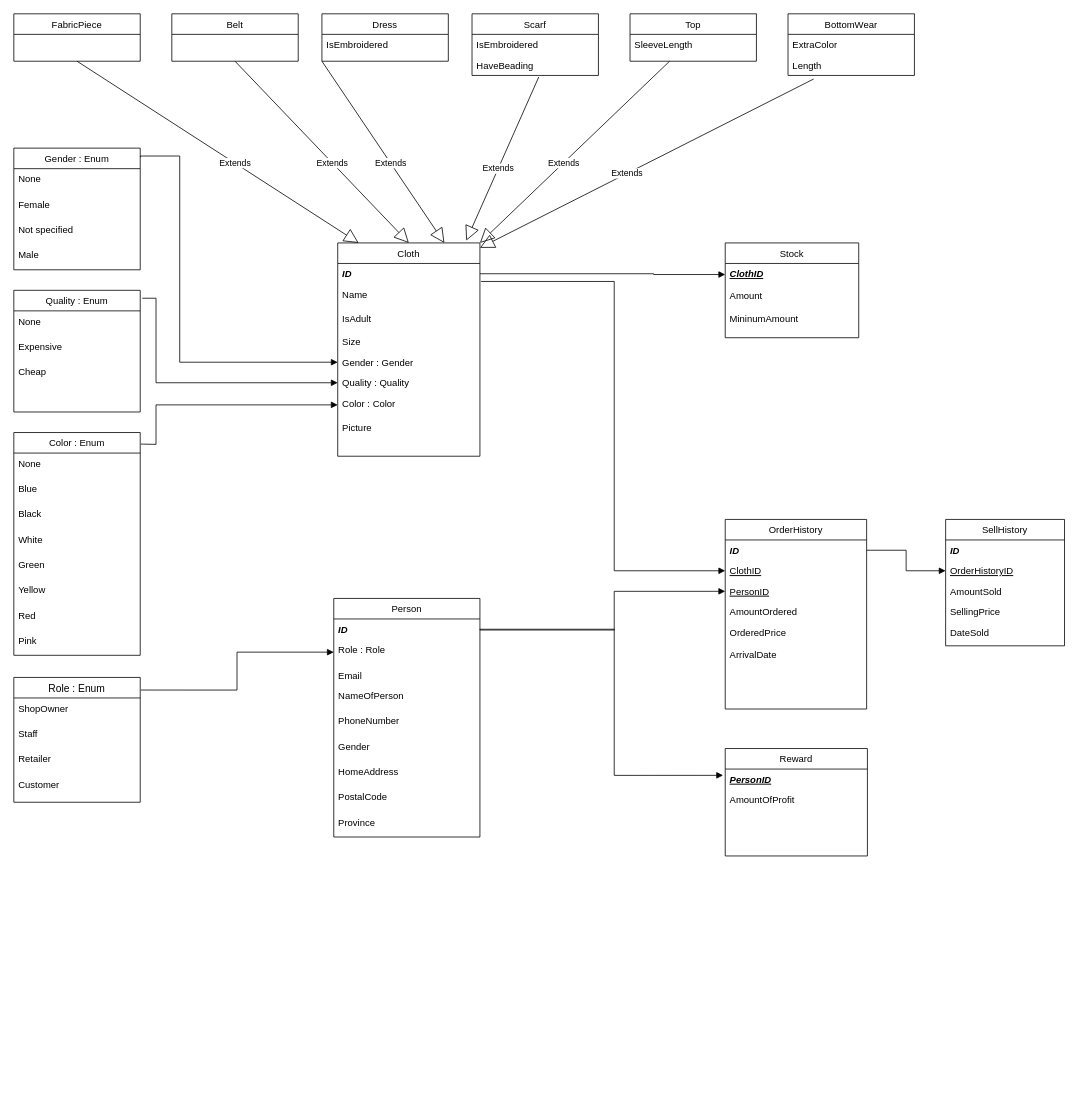
The draw.io diagram Viangnua.Web/Viangnua.Web/Documentation/UML-Diagram.drawio in PanisaraW/Viangnua, before the edit. Source tidied: cells renumbered, new cells numbered last; positions are measured from the earlier drawing's top-left corner, leaving out a move shared by most shapes. Both pictures are drawn from the tidied source at 79%, with x=0, y=0 at pixel (13, 13).
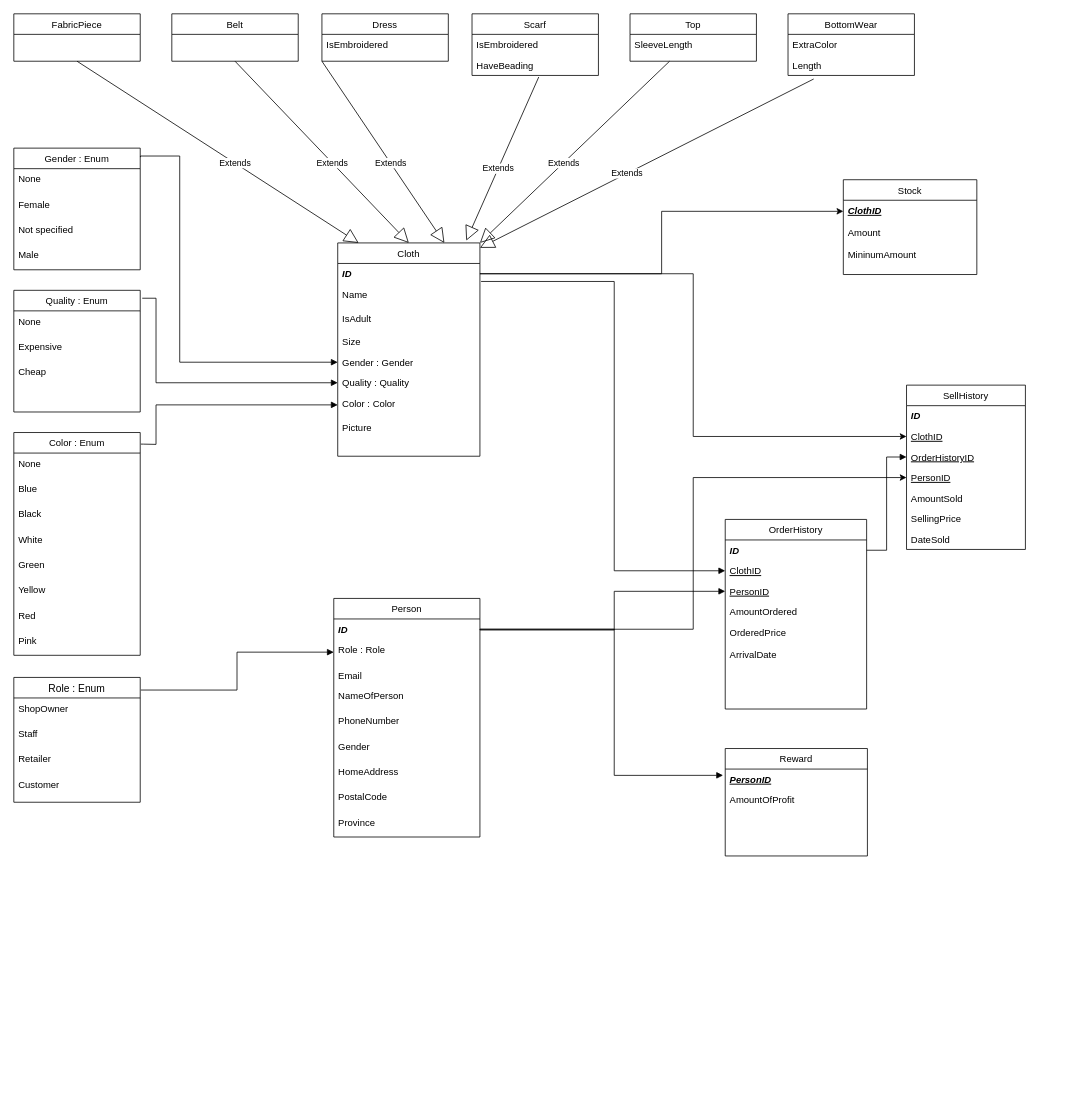
Above is the later version.

Unchanged cells that the change refers to:
```xml
<mxCell id="3" value="ID" style="text;align=left;verticalAlign=top;spacingLeft=4;spacingRight=4;overflow=hidden;points=[[0,0.5],[1,0.5]];portConstraint=eastwest;fontStyle=3;" parent="2" vertex="1">
  <mxGeometry y="26" width="180" height="26" as="geometry" />
</mxCell>
<mxCell id="42" value="ID" style="text;align=left;verticalAlign=top;spacingLeft=4;spacingRight=4;overflow=hidden;points=[[0,0.5],[1,0.5]];portConstraint=eastwest;fontStyle=3;" parent="41" vertex="1">
  <mxGeometry y="26" width="185" height="26" as="geometry" />
</mxCell>
<mxCell id="75" value="ClothID" style="text;align=left;verticalAlign=top;spacingLeft=4;spacingRight=4;overflow=hidden;points=[[0,0.5],[1,0.5]];portConstraint=eastwest;fontStyle=7;" parent="74" vertex="1">
  <mxGeometry y="26" width="169" height="28" as="geometry" />
</mxCell>
```

What changed in the source:
```diff
@@
     <mxCell id="25" value="SellHistory" style="swimlane;fontStyle=0;align=center;verticalAlign=top;horizontal=1;startSize=26;rounded=0;shadow=0;strokeWidth=1;" parent="1" vertex="1">
-      <mxGeometry x="1179.5" y="640" width="150.5" height="160" as="geometry" />
+      <mxGeometry x="1130" y="470" width="150.5" height="208" as="geometry" />
     </mxCell>
@@
+    <mxCell id="92" value="ClothID" style="text;align=left;verticalAlign=top;spacingLeft=4;spacingRight=4;overflow=hidden;points=[[0,0.5],[1,0.5]];portConstraint=eastwest;fontStyle=4;" parent="25" vertex="1">
+      <mxGeometry y="52" width="150.5" height="26" as="geometry" />
+    </mxCell>
     <mxCell id="27" value="OrderHistoryID" style="text;align=left;verticalAlign=top;spacingLeft=4;spacingRight=4;overflow=hidden;points=[[0,0.5],[1,0.5]];portConstraint=eastwest;fontStyle=4;" parent="25" vertex="1">
-      <mxGeometry y="52" width="150.5" height="26" as="geometry" />
+      <mxGeometry y="78" width="150.5" height="26" as="geometry" />
     </mxCell>
+    <mxCell id="93" value="PersonID" style="text;align=left;verticalAlign=top;spacingLeft=4;spacingRight=4;overflow=hidden;points=[[0,0.5],[1,0.5]];portConstraint=eastwest;fontStyle=4;" parent="25" vertex="1">
+      <mxGeometry y="104" width="150.5" height="26" as="geometry" />
+    </mxCell>
     <mxCell id="28" value="AmountSold" style="text;align=left;verticalAlign=top;spacingLeft=4;spacingRight=4;overflow=hidden;" parent="25" vertex="1">
-      <mxGeometry y="78" width="150.5" height="26" as="geometry" />
+      <mxGeometry y="130" width="150.5" height="26" as="geometry" />
     </mxCell>
     <mxCell id="29" value="SellingPrice" style="text;align=left;verticalAlign=top;spacingLeft=4;spacingRight=4;overflow=hidden;" parent="25" vertex="1">
-      <mxGeometry y="104" width="150.5" height="26" as="geometry" />
+      <mxGeometry y="156" width="150.5" height="26" as="geometry" />
     </mxCell>
     <mxCell id="30" value="DateSold" style="text;align=left;verticalAlign=top;spacingLeft=4;spacingRight=4;overflow=hidden;" parent="25" vertex="1">
-      <mxGeometry y="130" width="150.5" height="26" as="geometry" />
+      <mxGeometry y="182" width="150.5" height="26" as="geometry" />
     </mxCell>
@@
     <mxCell id="74" value="Stock" style="swimlane;fontStyle=0;align=center;verticalAlign=top;horizontal=1;startSize=26;rounded=0;shadow=0;strokeWidth=1;" parent="1" vertex="1">
-      <mxGeometry x="900.5" y="290" width="169" height="120" as="geometry" />
+      <mxGeometry x="1050" y="210" width="169" height="120" as="geometry" />
     </mxCell>
@@
-    <mxCell id="88" style="endArrow=block;endFill=1;html=1;edgeStyle=orthogonalEdgeStyle;align=left;verticalAlign=top;rounded=0;entryX=0;entryY=0.5;entryDx=0;entryDy=0;exitX=1;exitY=0.5;exitDx=0;exitDy=0;" parent="1" edge="1" source="3" target="75">
-      <mxGeometry x="-1" relative="1" as="geometry">
-        <Array as="points">
-          <mxPoint x="810" y="329" />
-          <mxPoint x="810" y="330" />
-        </Array>
-      </mxGeometry>
-    </mxCell>
@@
+    <mxCell id="94" style="edgeStyle=orthogonalEdgeStyle;rounded=0;jettySize=auto;html=1;" parent="1" edge="1" source="3" target="92">
+      <mxGeometry relative="1" as="geometry" />
+    </mxCell>
+    <mxCell id="88" style="edgeStyle=orthogonalEdgeStyle;rounded=0;jettySize=auto;html=1;" parent="1" edge="1" source="3" target="75">
+      <mxGeometry relative="1" as="geometry">
+        <Array as="points">
+          <mxPoint x="820" y="329" />
+          <mxPoint x="820" y="250" />
+        </Array>
+      </mxGeometry>
+    </mxCell>
+    <mxCell id="95" style="edgeStyle=orthogonalEdgeStyle;rounded=0;jettySize=auto;html=1;" parent="1" edge="1" source="42" target="93">
+      <mxGeometry relative="1" as="geometry" />
+    </mxCell>
```
